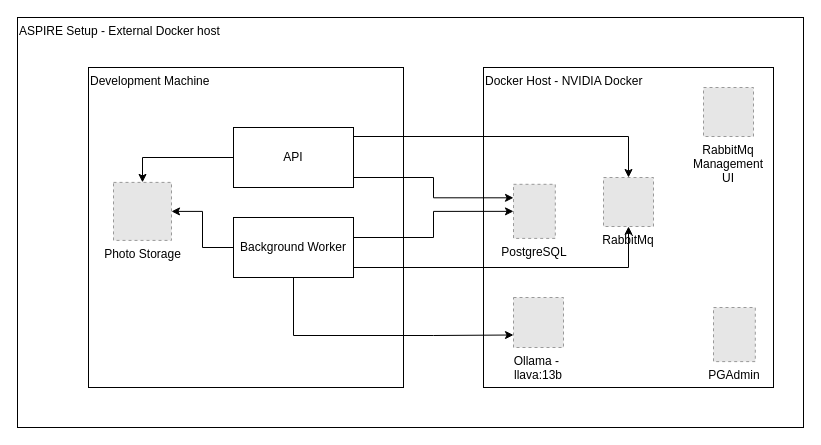
The draw.io diagram page "Page-3" (3 of 4) of doc/diagrams/local-development.drawio in syamaner/photo-search, before the edit. Source tidied: cells renumbered, new cells numbered last; positions are measured from the earlier drawing's top-left corner, leaving out a move shared by most shapes. Both pictures are drawn from the tidied source at 100%, with x=0, y=0 at pixel (17, 17). Pictures stored in the file or linked from it are replaced by grey dashed boxes.
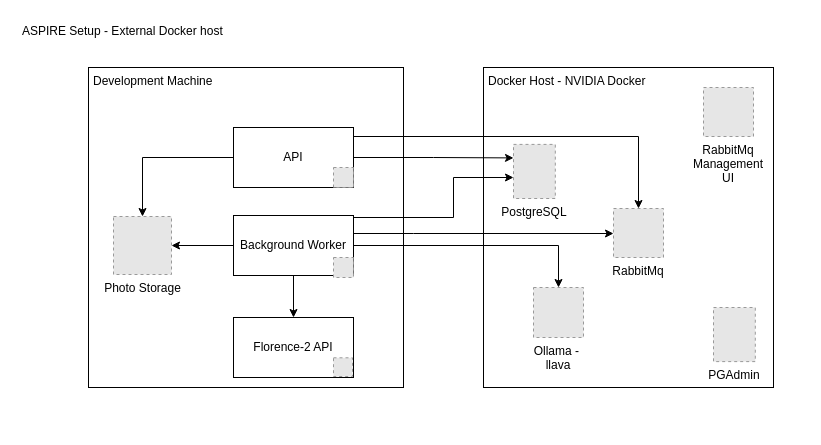
The same page after the edit.

The change refers to these unchanged cells:
```xml
<mxCell id="5" value="API" style="rounded=0;whiteSpace=wrap;html=1;" parent="1" vertex="1">
  <mxGeometry x="216" y="110" width="120" height="60" as="geometry" />
</mxCell>
```

Diff of the diagram source:
```diff
@@
-    <mxCell id="2" value="ASPIRE Setup - External Docker host" style="rounded=0;whiteSpace=wrap;html=1;align=left;verticalAlign=top;" parent="1" vertex="1">
+    <mxCell id="2" value="ASPIRE Setup - External Docker host" style="rounded=0;whiteSpace=wrap;html=1;align=left;verticalAlign=top;perimeterSpacing=1;spacingTop=0;spacingLeft=3;strokeColor=none;" parent="1" vertex="1">
       <mxGeometry width="786" height="410" as="geometry" />
     </mxCell>
-    <mxCell id="3" value="Development Machine" style="rounded=0;whiteSpace=wrap;html=1;verticalAlign=top;align=left;" parent="1" vertex="1">
+    <mxCell id="3" value="Development Machine" style="rounded=0;whiteSpace=wrap;html=1;verticalAlign=top;align=left;spacingLeft=3;" parent="1" vertex="1">
       <mxGeometry x="71" y="50" width="315" height="320" as="geometry" />
     </mxCell>
@@
+    <mxCell id="20" style="edgeStyle=orthogonalEdgeStyle;rounded=0;jettySize=auto;html=1;entryX=0.5;entryY=0;entryDx=0;entryDy=0;" parent="1" edge="1" source="7" target="23">
+      <mxGeometry relative="1" as="geometry" />
+    </mxCell>
     <mxCell id="7" value="Background Worker" style="rounded=0;whiteSpace=wrap;html=1;" parent="1" vertex="1">
-      <mxGeometry x="216" y="200" width="120" height="60" as="geometry" />
+      <mxGeometry x="216" y="198" width="120" height="60" as="geometry" />
     </mxCell>
     <mxCell id="8" value="Photo Storage" style="fillColor=#E6E6E6;strokeColor=#999999;dashed=1;html=1;verticalAlign=top;verticalLabelPosition=bottom;labelBackgroundColor=#ffffff;" parent="1" vertex="1">
-      <mxGeometry x="96" y="164.9" width="58" height="58" as="geometry" />
+      <mxGeometry x="96" y="199" width="58" height="58" as="geometry" />
     </mxCell>
-    <mxCell id="9" value="Docker Host - NVIDIA Docker" style="rounded=0;whiteSpace=wrap;html=1;verticalAlign=top;align=left;" parent="1" vertex="1">
+    <mxCell id="9" value="Docker Host - NVIDIA Docker" style="rounded=0;whiteSpace=wrap;html=1;verticalAlign=top;align=left;spacingLeft=3;" parent="1" vertex="1">
       <mxGeometry x="466" y="50" width="290" height="320" as="geometry" />
     </mxCell>
     <mxCell id="10" value="PostgreSQL" style="fillColor=#E6E6E6;strokeColor=#999999;dashed=1;verticalLabelPosition=bottom;labelBackgroundColor=default;verticalAlign=top;" parent="1" vertex="1">
-      <mxGeometry x="496" y="166.8" width="41.8" height="54.1" as="geometry" />
+      <mxGeometry x="496" y="126.9" width="41.8" height="54.1" as="geometry" />
     </mxCell>
     <mxCell id="11" value="RabbitMq" style="fillColor=#E6E6E6;strokeColor=#999999;dashed=1;verticalLabelPosition=bottom;labelBackgroundColor=default;verticalAlign=top;" parent="1" vertex="1">
-      <mxGeometry x="586" y="160" width="50" height="49" as="geometry" />
+      <mxGeometry x="596" y="191" width="50" height="49" as="geometry" />
     </mxCell>
-    <mxCell id="12" value="Ollama - &#10;llava:13b" style="fillColor=#E6E6E6;strokeColor=#999999;dashed=1;verticalLabelPosition=bottom;labelBackgroundColor=default;verticalAlign=top;" parent="1" vertex="1">
-      <mxGeometry x="496" y="280" width="50" height="50" as="geometry" />
+    <mxCell id="12" value="Ollama - &#10;llava" style="fillColor=#E6E6E6;strokeColor=#999999;dashed=1;verticalLabelPosition=bottom;labelBackgroundColor=default;verticalAlign=top;" parent="1" vertex="1">
+      <mxGeometry x="516" y="270" width="50" height="50" as="geometry" />
     </mxCell>
@@
+    <mxCell id="17" style="edgeStyle=orthogonalEdgeStyle;rounded=0;jettySize=auto;html=1;entryX=0.5;entryY=0;entryDx=0;entryDy=0;exitX=1;exitY=0.15;exitDx=0;exitDy=0;exitPerimeter=0;" parent="1" edge="1" source="5" target="11">
+      <mxGeometry relative="1" as="geometry" />
+    </mxCell>
+    <mxCell id="21" style="fillColor=#E6E6E6;strokeColor=#999999;dashed=1;verticalLabelPosition=bottom;labelBackgroundColor=default;verticalAlign=top;" parent="1" vertex="1">
+      <mxGeometry x="316" y="150" width="20" height="20" as="geometry" />
+    </mxCell>
+    <mxCell id="22" style="fillColor=#E6E6E6;strokeColor=#999999;dashed=1;verticalLabelPosition=bottom;labelBackgroundColor=default;verticalAlign=top;" parent="1" vertex="1">
+      <mxGeometry x="316" y="240" width="20" height="20" as="geometry" />
+    </mxCell>
+    <mxCell id="19" style="edgeStyle=orthogonalEdgeStyle;rounded=0;jettySize=auto;html=1;" parent="1" edge="1" source="7" target="12">
+      <mxGeometry relative="1" as="geometry">
+        <Array as="points">
+          <mxPoint x="541" y="228" />
+        </Array>
+      </mxGeometry>
+    </mxCell>
-    <mxCell id="15" style="edgeStyle=orthogonalEdgeStyle;rounded=0;jettySize=auto;html=1;entryX=0;entryY=0.5;entryDx=0;entryDy=0;" parent="1" edge="1" source="7" target="10">
+    <mxCell id="15" style="edgeStyle=orthogonalEdgeStyle;rounded=0;jettySize=auto;html=1;exitX=1;exitY=0.25;exitDx=0;exitDy=0;" parent="1" edge="1" source="7" target="10">
       <mxGeometry relative="1" as="geometry">
         <Array as="points">
-          <mxPoint x="416" y="220" />
-          <mxPoint x="416" y="194" />
+          <mxPoint x="336" y="200" />
+          <mxPoint x="436" y="200" />
+          <mxPoint x="436" y="160" />
         </Array>
       </mxGeometry>
     </mxCell>
     <mxCell id="16" style="edgeStyle=orthogonalEdgeStyle;rounded=0;jettySize=auto;html=1;entryX=0;entryY=0.25;entryDx=0;entryDy=0;" parent="1" edge="1" source="5" target="10">
-      <mxGeometry relative="1" as="geometry">
-        <Array as="points">
-          <mxPoint x="416" y="160" />
-          <mxPoint x="416" y="180" />
-        </Array>
-      </mxGeometry>
+      <mxGeometry relative="1" as="geometry" />
     </mxCell>
-    <mxCell id="17" style="edgeStyle=orthogonalEdgeStyle;rounded=0;jettySize=auto;html=1;entryX=0.5;entryY=0;entryDx=0;entryDy=0;exitX=1;exitY=0.15;exitDx=0;exitDy=0;exitPerimeter=0;" parent="1" edge="1" source="5" target="11">
-      <mxGeometry relative="1" as="geometry" />
-    </mxCell>
     <mxCell id="18" style="edgeStyle=orthogonalEdgeStyle;rounded=0;jettySize=auto;html=1;" parent="1" edge="1" source="7" target="11">
       <mxGeometry relative="1" as="geometry">
         <Array as="points">
-          <mxPoint x="611" y="250" />
+          <mxPoint x="396" y="216" />
+          <mxPoint x="396" y="216" />
         </Array>
       </mxGeometry>
     </mxCell>
-    <mxCell id="19" style="edgeStyle=orthogonalEdgeStyle;rounded=0;jettySize=auto;html=1;entryX=0;entryY=0.75;entryDx=0;entryDy=0;" parent="1" edge="1" source="7" target="12">
-      <mxGeometry relative="1" as="geometry">
-        <Array as="points">
-          <mxPoint x="276" y="318" />
-          <mxPoint x="416" y="318" />
-        </Array>
-      </mxGeometry>
-    </mxCell>
+    <mxCell id="23" value="Florence-2 API" style="rounded=0;whiteSpace=wrap;html=1;" parent="1" vertex="1">
+      <mxGeometry x="216" y="300" width="120" height="60" as="geometry" />
+    </mxCell>
+    <mxCell id="24" style="fillColor=#E6E6E6;strokeColor=#999999;dashed=1;verticalLabelPosition=bottom;labelBackgroundColor=default;verticalAlign=top;" parent="1" vertex="1">
+      <mxGeometry x="316" y="340.3" width="19" height="18.7" as="geometry" />
+    </mxCell>
```
